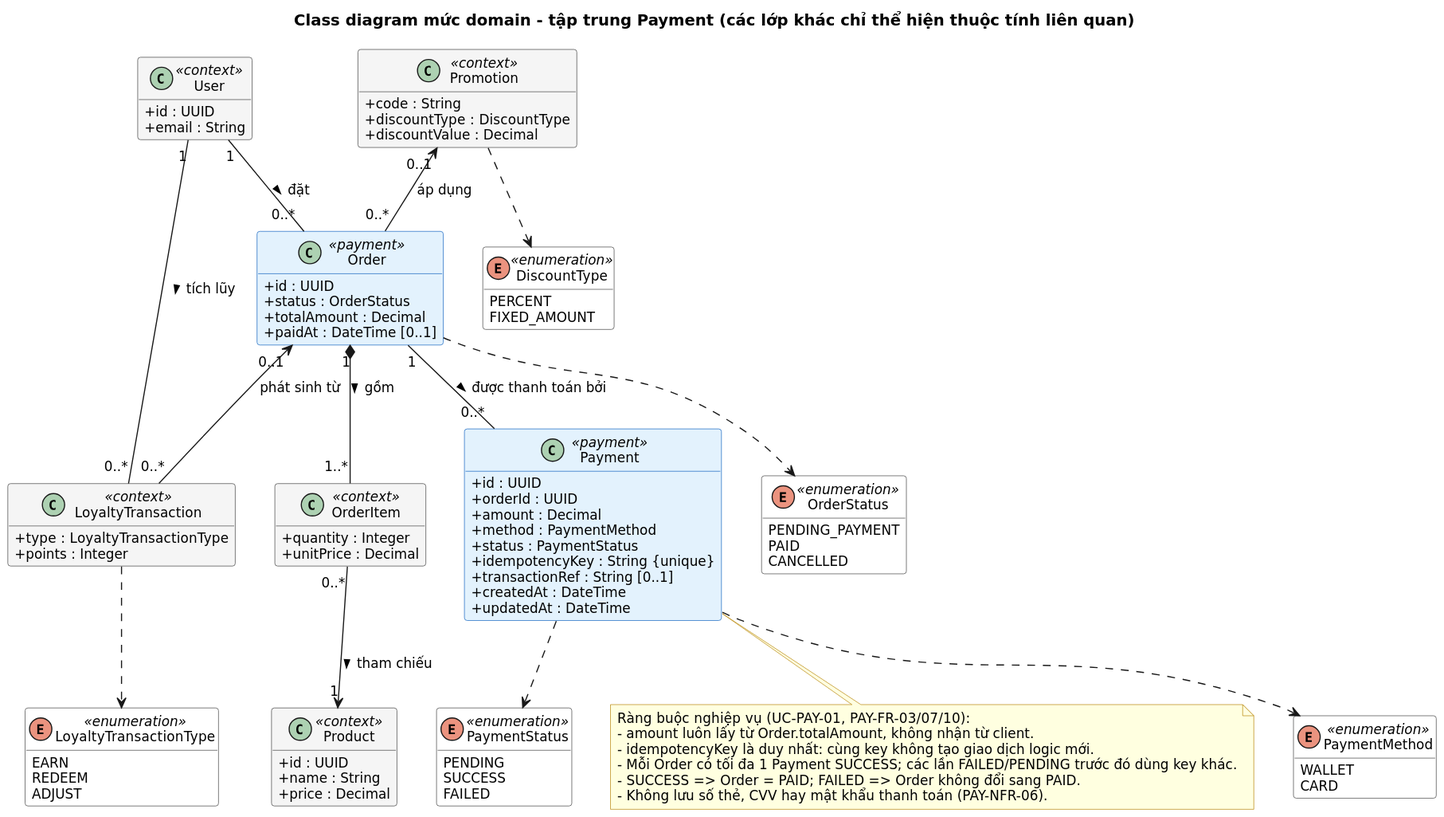
Earlier version of the PlantUML export docs/diagrams/payment/class-domain.svg (supergigachadsupreme300/brewlite2). The source it was exported from:
```plantuml
@startuml
title Class diagram mức domain - tập trung Payment (các lớp khác chỉ thể hiện thuộc tính liên quan)

skinparam defaultFontName "DejaVu Sans"
skinparam defaultFontSize 12
skinparam shadowing false
skinparam classAttributeIconSize 0
skinparam ClassBackgroundColor #FFFFFF
skinparam ClassBorderColor #444444
skinparam class {
  BackgroundColor<<payment>> #E3F2FD
  BorderColor<<payment>> #1565C0
  BackgroundColor<<context>> #F5F5F5
}
skinparam NoteBackgroundColor #FFFFE0
skinparam NoteBorderColor #B8860B
hide empty methods

enum PaymentMethod <<enumeration>> {
  WALLET
  CARD
}

enum PaymentStatus <<enumeration>> {
  PENDING
  SUCCESS
  FAILED
}

enum OrderStatus <<enumeration>> {
  PENDING_PAYMENT
  PAID
  CANCELLED
}

enum DiscountType <<enumeration>> {
  PERCENT
  FIXED_AMOUNT
}

enum LoyaltyTransactionType <<enumeration>> {
  EARN
  REDEEM
  ADJUST
}

class Payment <<payment>> {
  +id : UUID
  +orderId : UUID
  +amount : Decimal
  +method : PaymentMethod
  +status : PaymentStatus
  +idempotencyKey : String {unique}
  +transactionRef : String [0..1]
  +createdAt : DateTime
  +updatedAt : DateTime
}

class Order <<payment>> {
  +id : UUID
  +status : OrderStatus
  +totalAmount : Decimal
  +paidAt : DateTime [0..1]
}

class User <<context>> {
  +id : UUID
  +email : String
}

class OrderItem <<context>> {
  +quantity : Integer
  +unitPrice : Decimal
}

class Product <<context>> {
  +id : UUID
  +name : String
  +price : Decimal
}

class Promotion <<context>> {
  +code : String
  +discountType : DiscountType
  +discountValue : Decimal
}

class LoyaltyTransaction <<context>> {
  +type : LoyaltyTransactionType
  +points : Integer
}

Order "1" -- "0..*" Payment : được thanh toán bởi >
User "1" -- "0..*" Order : đặt >
Order "1" *-- "1..*" OrderItem : gồm >
OrderItem "0..*" --> "1" Product : tham chiếu >
Promotion "0..1" <-- "0..*" Order : áp dụng
User "1" -- "0..*" LoyaltyTransaction : tích lũy >
Order "0..1" <-- "0..*" LoyaltyTransaction : phát sinh từ

Payment ..> PaymentMethod
Payment ..> PaymentStatus
Order ..> OrderStatus
Promotion ..> DiscountType
LoyaltyTransaction ..> LoyaltyTransactionType

note bottom of Payment
  Ràng buộc nghiệp vụ (UC-PAY-01, PAY-FR-03/07/10):
  - amount luôn lấy từ Order.totalAmount, không nhận từ client.
  - idempotencyKey là duy nhất: cùng key không tạo giao dịch logic mới.
  - Mỗi Order có tối đa 1 Payment SUCCESS; các lần FAILED/PENDING trước đó dùng key khác.
  - SUCCESS => Order = PAID; FAILED => Order không đổi sang PAID.
  - Không lưu số thẻ, CVV hay mật khẩu thanh toán (PAY-NFR-06).
end note
@enduml
```
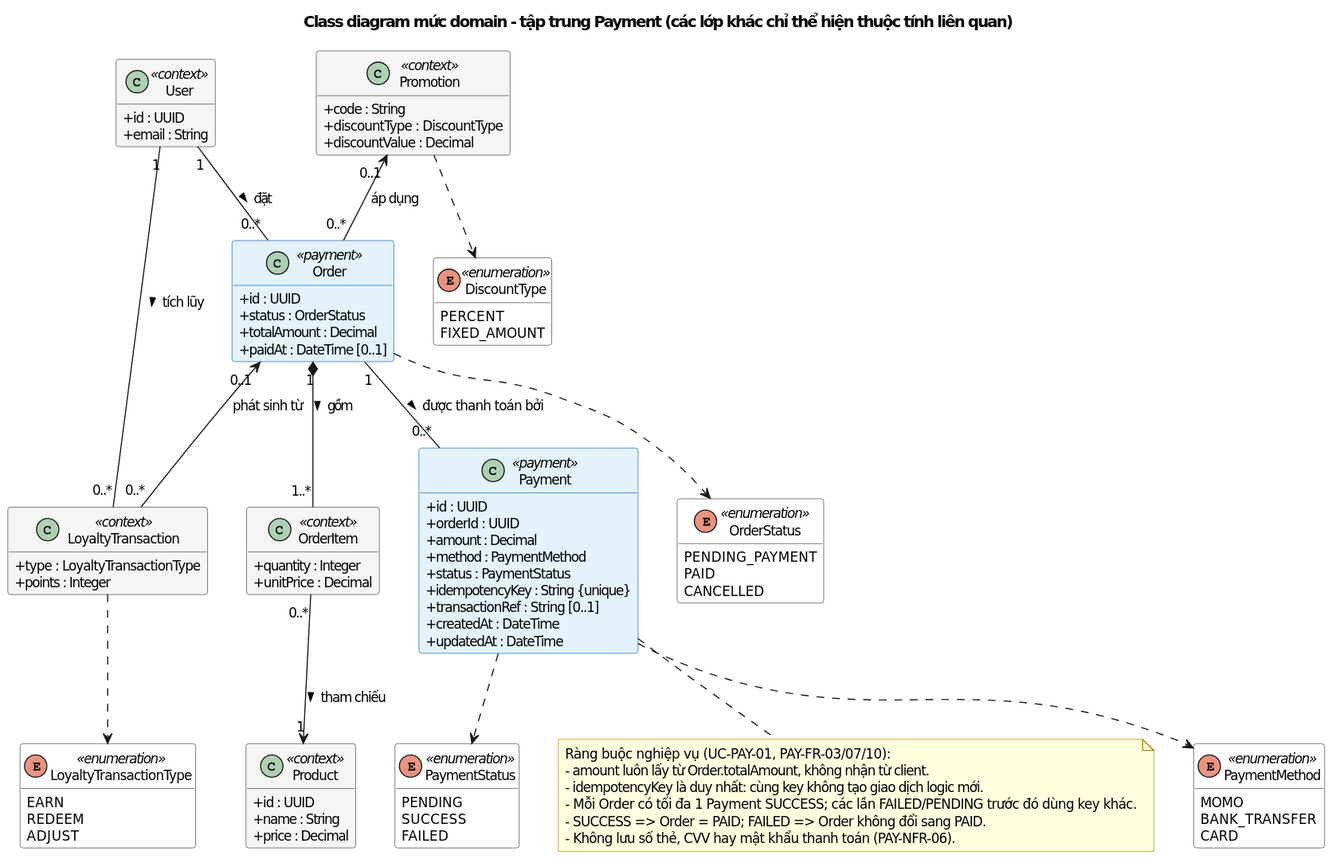
The same diagram one commit later.

Diff of the diagram source:
```diff
@@ -17,7 +17,8 @@
 hide empty methods
 
 enum PaymentMethod <<enumeration>> {
-  WALLET
+  MOMO
+  BANK_TRANSFER
   CARD
 }
 
```
